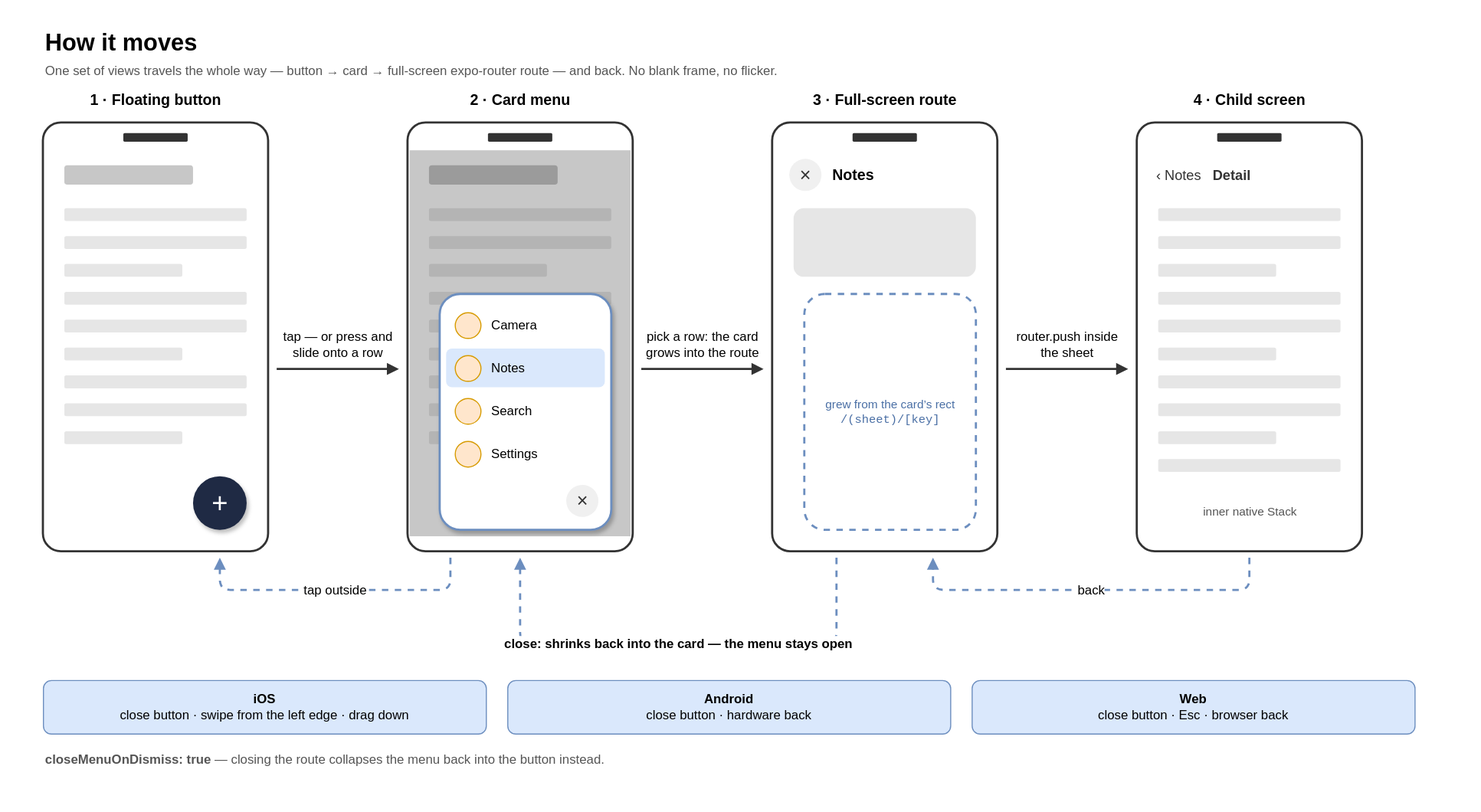
anhtuank7c/expo-morph-menu keeps this draw.io diagram as docs/diagrams/svg/en/0-overview.svg. Above is the earlier version. Source tidied: cells renumbered, new cells last; positions are measured from the earlier drawing's top-left corner, leaving out a move shared by most shapes.
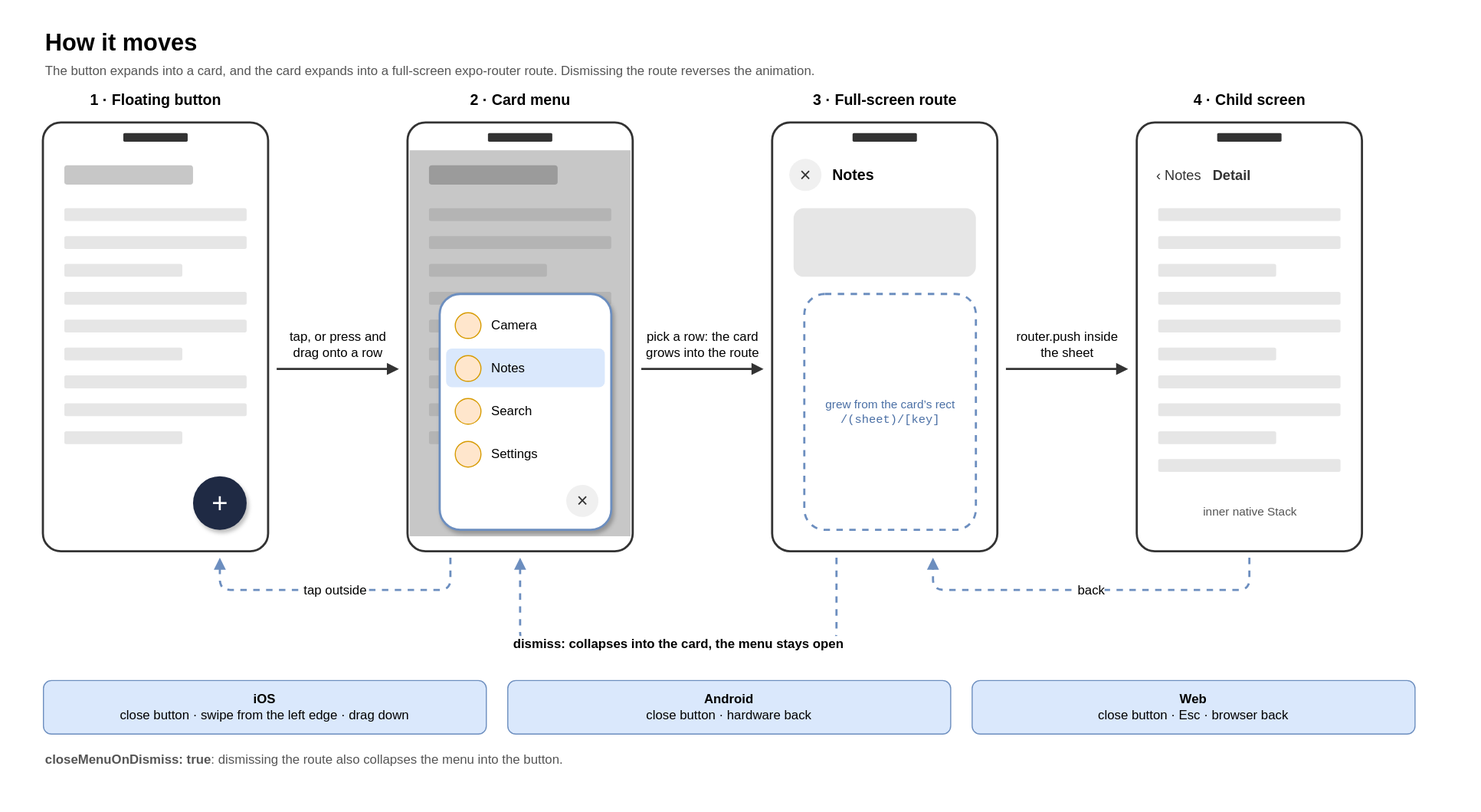
The same file after the commit.

The edit, as a diff of the source:
```diff
@@ -5,7 +5,7 @@
     <mxCell id="2" value="How it moves" style="text;html=1;fontSize=22;fontStyle=1;align=left;verticalAlign=top;" parent="1" vertex="1">
       <mxGeometry x="20" width="1300" height="30" as="geometry" />
     </mxCell>
-    <mxCell id="3" value="One set of views travels the whole way — button → card → full-screen expo-router route — and back. No blank frame, no flicker." style="text;html=1;fontSize=12;fontColor=#555555;align=left;verticalAlign=top;whiteSpace=wrap;" parent="1" vertex="1">
+    <mxCell id="3" value="The button expands into a card, and the card expands into a full-screen expo-router route. Dismissing the route reverses the animation." style="text;html=1;fontSize=12;fontColor=#555555;align=left;verticalAlign=top;whiteSpace=wrap;" parent="1" vertex="1">
       <mxGeometry x="20" y="32" width="1300" height="22" as="geometry" />
     </mxCell>
     <mxCell id="4" value="1 · Floating button" style="text;html=1;fontSize=14;fontStyle=1;align=center;verticalAlign=middle;whiteSpace=wrap;" parent="1" vertex="1">
@@ -191,7 +191,7 @@
     <mxCell id="64" value="inner native Stack" style="text;html=1;fontSize=11;align=center;fontColor=#555555;" parent="1" vertex="1">
       <mxGeometry x="1050" y="444" width="190" height="20" as="geometry" />
     </mxCell>
-    <mxCell id="65" value="tap — or press and slide onto a row" style="text;html=1;fontSize=12;align=center;verticalAlign=bottom;whiteSpace=wrap;" parent="1" vertex="1">
+    <mxCell id="65" value="tap, or press and drag onto a row" style="text;html=1;fontSize=12;align=center;verticalAlign=bottom;whiteSpace=wrap;" parent="1" vertex="1">
       <mxGeometry x="238" y="254" width="114" height="64" as="geometry" />
     </mxCell>
     <mxCell id="66" style="endArrow=block;endFill=1;html=1;strokeWidth=2;strokeColor=#333333;" parent="1" edge="1">
@@ -228,7 +228,7 @@
         </Array>
       </mxGeometry>
     </mxCell>
-    <mxCell id="72" value="&lt;b&gt;close: shrinks back into the card — the menu stays open&lt;/b&gt;" style="endArrow=block;endFill=1;html=1;fontSize=12;labelBackgroundColor=#ffffff;strokeColor=#6c8ebf;strokeWidth=2;dashed=1;" parent="1" edge="1">
+    <mxCell id="72" value="&lt;b&gt;dismiss: collapses into the card, the menu stays open&lt;/b&gt;" style="endArrow=block;endFill=1;html=1;fontSize=12;labelBackgroundColor=#ffffff;strokeColor=#6c8ebf;strokeWidth=2;dashed=1;" parent="1" edge="1">
       <mxGeometry relative="1" as="geometry">
         <mxPoint x="760" y="500" as="sourcePoint" />
         <mxPoint x="465" y="500" as="targetPoint" />
@@ -257,7 +257,7 @@
     <mxCell id="76" value="&lt;b&gt;Web&lt;/b&gt;&lt;br&gt;close button · Esc · browser back" style="rounded=1;whiteSpace=wrap;html=1;fillColor=#dae8fc;strokeColor=#6c8ebf;" parent="1" vertex="1">
       <mxGeometry x="886" y="614" width="413" height="50" as="geometry" />
     </mxCell>
-    <mxCell id="77" value="&lt;b&gt;closeMenuOnDismiss: true&lt;/b&gt; — closing the route collapses the menu back into the button instead." style="text;html=1;fontSize=12;fontColor=#555555;align=left;verticalAlign=top;whiteSpace=wrap;" parent="1" vertex="1">
+    <mxCell id="77" value="&lt;b&gt;closeMenuOnDismiss: true&lt;/b&gt;: dismissing the route also collapses the menu into the button." style="text;html=1;fontSize=12;fontColor=#555555;align=left;verticalAlign=top;whiteSpace=wrap;" parent="1" vertex="1">
       <mxGeometry x="20" y="674" width="1300" height="22" as="geometry" />
     </mxCell>
   </root>
```
